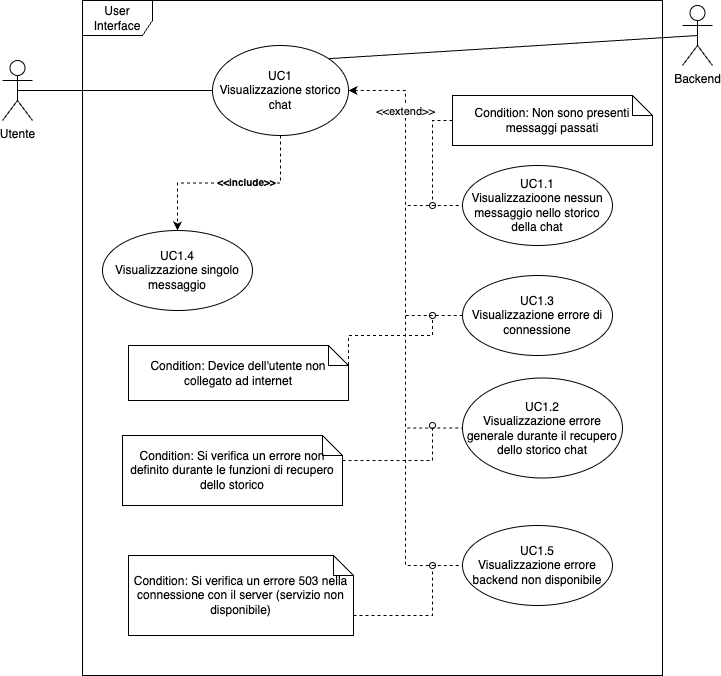
Above: images/analisi-dei-requisiti/UCStoricoChat.png in SweeTenTeam/Docs (draw.io), before the change. Source tidied: cells renumbered, new cells last; positions are measured from the earlier drawing's top-left corner, leaving out a move shared by most shapes.
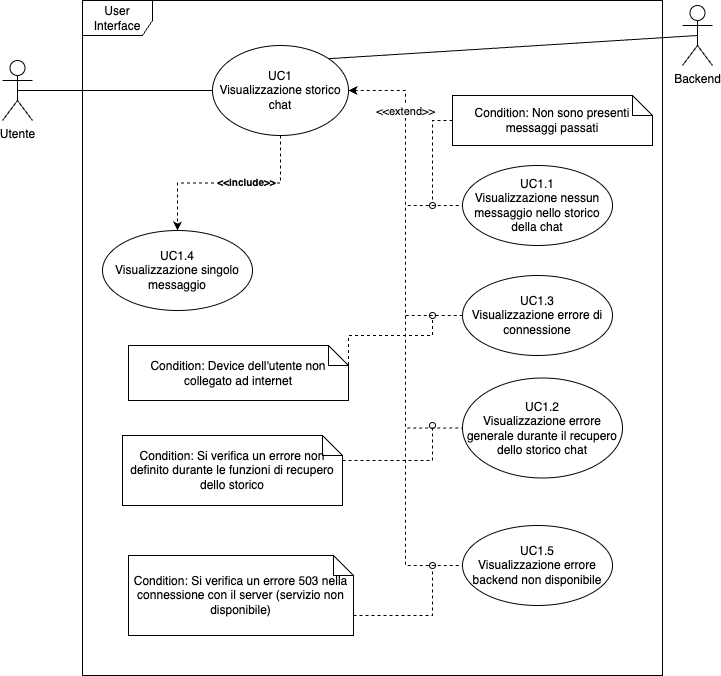
The same diagram one commit later.

Commit message:
changes after verification

Diff of the diagram source:
```diff
@@ -32,7 +32,7 @@
     <mxCell id="11" value="UC1&lt;br&gt;Visualizzazione storico chat" style="ellipse;whiteSpace=wrap;html=1;" parent="1" vertex="1">
       <mxGeometry x="210" y="45" width="136" height="90" as="geometry" />
     </mxCell>
-    <mxCell id="12" value="&lt;span style=&quot;text-wrap-mode: nowrap;&quot;&gt;UC1.1&lt;/span&gt;&lt;div&gt;Visualizzazioone nessun messaggio nello storico della chat&lt;/div&gt;" style="ellipse;whiteSpace=wrap;html=1;" parent="1" vertex="1">
+    <mxCell id="12" value="&lt;span style=&quot;text-wrap-mode: nowrap;&quot;&gt;UC1.1&lt;/span&gt;&lt;div&gt;Visualizzazione nessun messaggio nello storico della chat&lt;/div&gt;" style="ellipse;whiteSpace=wrap;html=1;" parent="1" vertex="1">
       <mxGeometry x="460" y="165" width="150" height="80" as="geometry" />
     </mxCell>
     <mxCell id="13" style="endArrow=none;html=1;rounded=0;exitX=0.5;exitY=0.5;exitDx=0;exitDy=0;exitPerimeter=0;entryX=0;entryY=0.5;entryDx=0;entryDy=0;" parent="1" edge="1" source="3" target="11">
```
